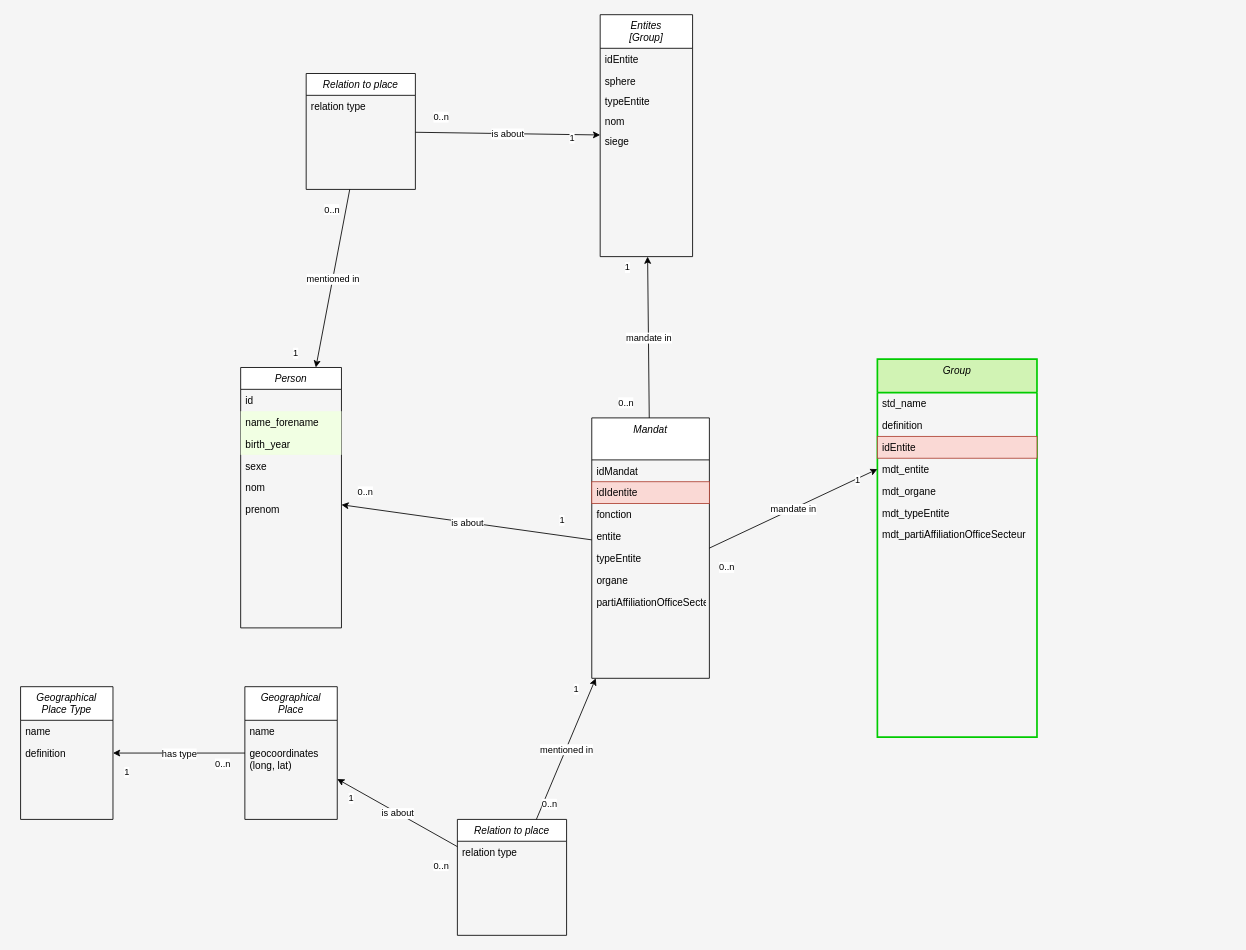
Before: documentation/database_inspection/graphics/ERD_with_new_tables.drawio in lod4hss-projects/elites_suisses_data, a draw.io diagram. Source tidied: cells renumbered, new cells numbered last; positions are measured from the earlier drawing's top-left corner, leaving out a move shared by most shapes. Both pictures are drawn from the tidied source at 84%, with x=0, y=0 at pixel (20, 14).
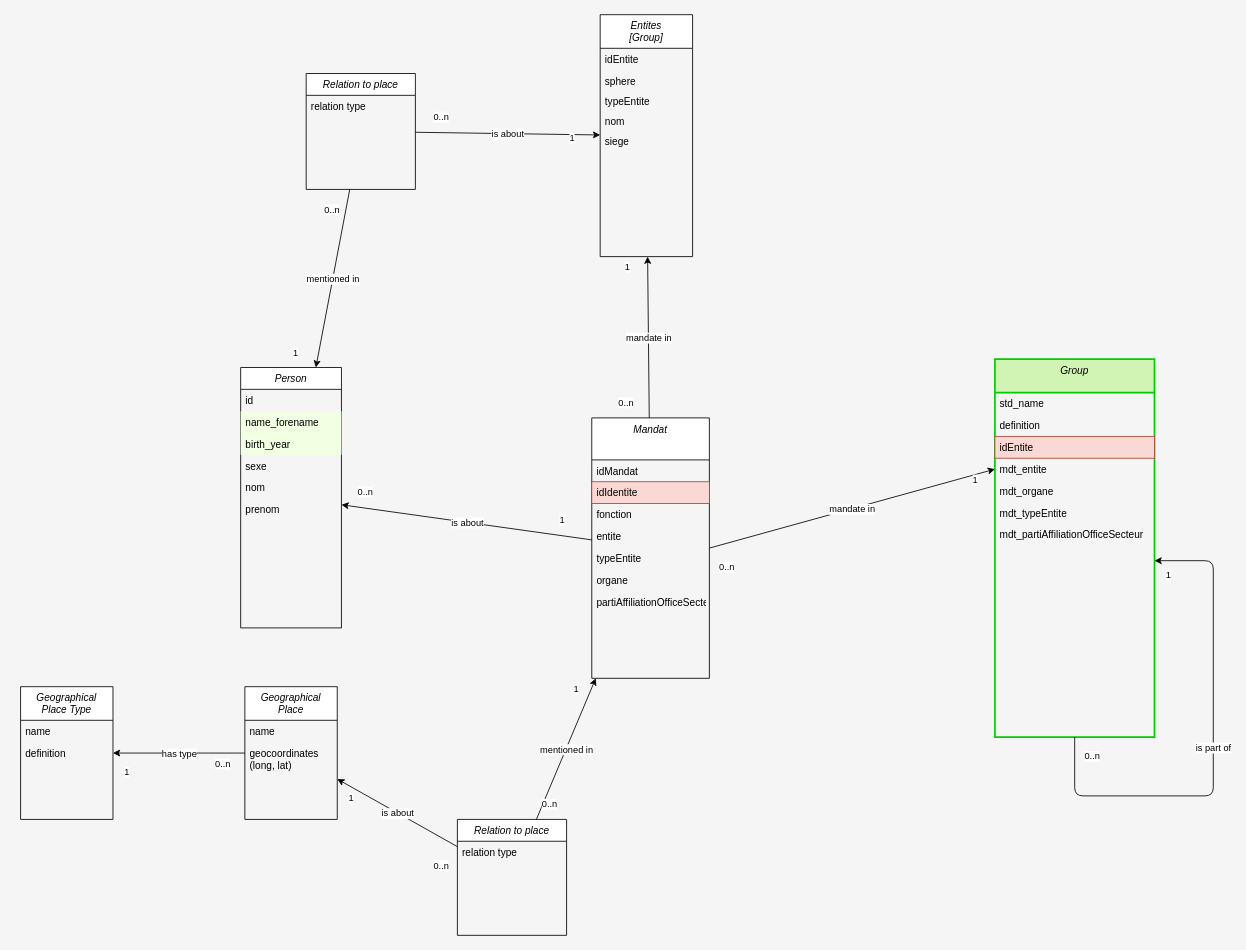
After the change.

Commit message (it also covers changes not shown here):
added parthood to groups

Diff of the diagram source:
```diff
@@
     <mxCell id="13" value="Group" style="swimlane;fontStyle=2;align=center;verticalAlign=top;horizontal=1;startSize=40;rounded=0;shadow=0;strokeWidth=2;strokeColor=#00CC00;fillColor=light-dark(#d1f3b4, #ededed);" parent="1" vertex="1">
-      <mxGeometry x="1020" y="410" width="190" height="450" as="geometry" />
+      <mxGeometry x="1159.9" y="410" width="190" height="450" as="geometry" />
     </mxCell>
@@
+    <mxCell id="78" style="endArrow=classic;html=1;exitX=0.5;exitY=1;exitDx=0;exitDy=0;" parent="1" edge="1" source="13">
+      <mxGeometry x="0.14" y="-42" relative="1" as="geometry">
+        <mxPoint x="1349.9" y="650" as="targetPoint" />
+        <Array as="points">
+          <mxPoint x="1254.9" y="930" />
+          <mxPoint x="1419.9" y="930" />
+          <mxPoint x="1419.9" y="650" />
+        </Array>
+      </mxGeometry>
+    </mxCell>
+    <mxCell id="79" value="is part of" style="edgeLabel;html=1;align=center;verticalAlign=middle;" parent="78" vertex="1">
+      <mxGeometry relative="1" as="geometry" />
+    </mxCell>
+    <mxCell id="80" value="0..n" style="edgeLabel;html=1;align=left;verticalAlign=bottom;" parent="78" vertex="1">
+      <mxGeometry x="-1" relative="1" as="geometry">
+        <mxPoint x="10" y="31" as="offset" />
+      </mxGeometry>
+    </mxCell>
+    <mxCell id="81" value="1" style="edgeLabel;html=1;align=right;verticalAlign=bottom;" parent="78" vertex="1">
+      <mxGeometry x="1" relative="1" as="geometry">
+        <mxPoint x="20" y="25" as="offset" />
+      </mxGeometry>
+    </mxCell>
```
